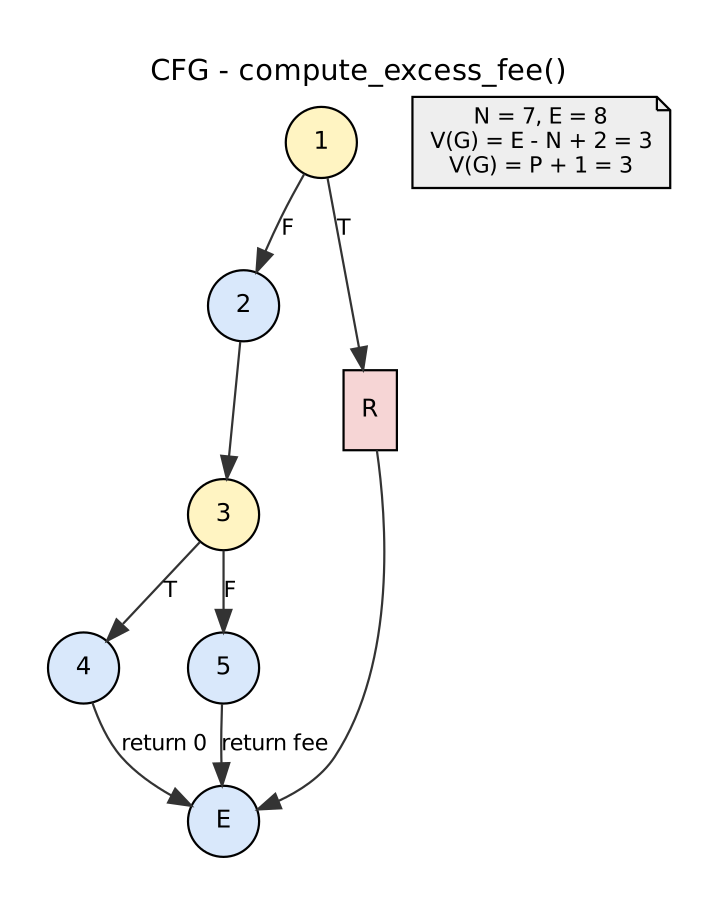
Earlier version of the Graphviz export docs/diagrams/cfg_excess_fee.png (praksingh-2702/AirportMS). Its source is kept beside it as docs/diagrams/cfg_excess_fee.dot. The source it was exported from:
```dot
digraph "cfg_excess_fee" {
  graph [fontname="DejaVu Sans" pad=0.3 rankdir=TB nodesep=0.35 ranksep=0.35];
  node [fontname="DejaVu Sans" fontsize=12];
  edge [fontname="DejaVu Sans" fontsize=10 color="#333333"];
  labelloc=t label="CFG - compute_excess_fee()" fontsize=13;
  node [shape=circle style=filled fillcolor="#D9E8FB" width=0.45 fixedsize=true fontsize=11];
  "1" [fillcolor="#FFF4C2"];
  "2";
  "3" [fillcolor="#FFF4C2"];
  "4";
  "5";
  "R" [fillcolor="#F6D5D5" shape=box fixedsize=false width=0.3 label="R"];
  "E";
  "1" -> "R" [label="T"];
  "1" -> "2" [label="F"];
  "2" -> "3" [label=""];
  "3" -> "4" [label="T"];
  "3" -> "5" [label="F"];
  "4" -> "E" [label="return 0"];
  "5" -> "E" [label="return fee"];
  "R" -> "E" [label=""];
  info [shape=note fixedsize=false fillcolor="#EEEEEE" fontsize=10 label="N = 7, E = 8\nV(G) = E - N + 2 = 3\nV(G) = P + 1 = 3"];
}
```
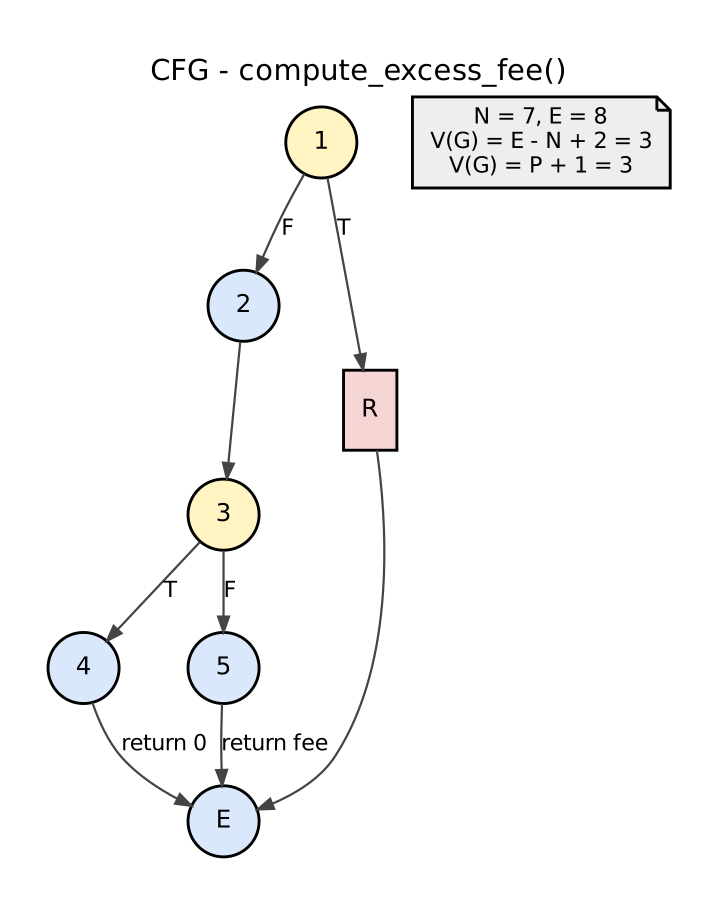
Above is the later version.

Change to the diagram source:
```diff
@@ -1,23 +1,23 @@
 digraph "cfg_excess_fee" {
-  graph [fontname="DejaVu Sans" pad=0.3 rankdir=TB nodesep=0.35 ranksep=0.35];
-  node [fontname="DejaVu Sans" fontsize=12];
-  edge [fontname="DejaVu Sans" fontsize=10 color="#333333"];
+  graph [rankdir=TB bgcolor="#FFFFFF" fontname="DejaVu Sans" pad=0.3 splines=true nodesep=0.35 ranksep=0.35];
+  node [fontname="DejaVu Sans" fontsize=12 color="#000000" fillcolor="#D9E8FB" style=filled penwidth=1.3];
+  edge [fontname="DejaVu Sans" fontsize=10 color="#444444" arrowsize=0.7];
   labelloc=t label="CFG - compute_excess_fee()" fontsize=13;
-  node [shape=circle style=filled fillcolor="#D9E8FB" width=0.45 fixedsize=true fontsize=11];
+  node [shape=circle width=0.45 fixedsize=true fontsize=11];
   "1" [fillcolor="#FFF4C2"];
   "2";
   "3" [fillcolor="#FFF4C2"];
   "4";
   "5";
-  "R" [fillcolor="#F6D5D5" shape=box fixedsize=false width=0.3 label="R"];
+  "R" [shape=box fixedsize=false width=0.3 fillcolor="#F6D5D5"];
   "E";
   "1" -> "R" [label="T"];
   "1" -> "2" [label="F"];
-  "2" -> "3" [label=""];
+  "2" -> "3";
   "3" -> "4" [label="T"];
   "3" -> "5" [label="F"];
   "4" -> "E" [label="return 0"];
   "5" -> "E" [label="return fee"];
-  "R" -> "E" [label=""];
+  "R" -> "E";
   info [shape=note fixedsize=false fillcolor="#EEEEEE" fontsize=10 label="N = 7, E = 8\nV(G) = E - N + 2 = 3\nV(G) = P + 1 = 3"];
 }
```
